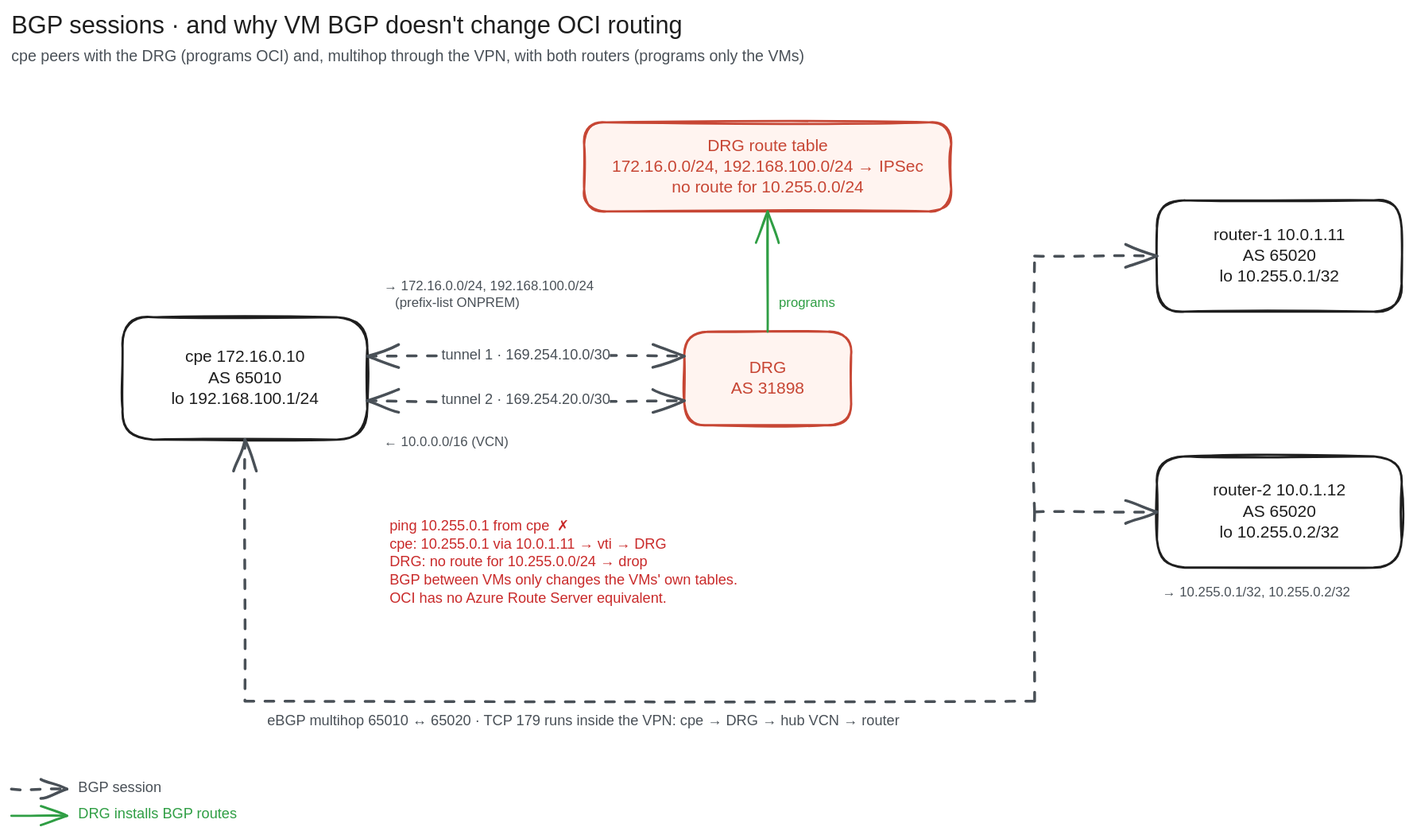
Before: diagrams/bgp-sessions.excalidraw.svg, a diagram exported from Excalidraw (sebastianczech/oci-free-tier-bgp-lab). Source tidied: one line per element, renumbered; positions are measured from the earlier drawing's top-left corner, leaving out a move shared by most shapes.
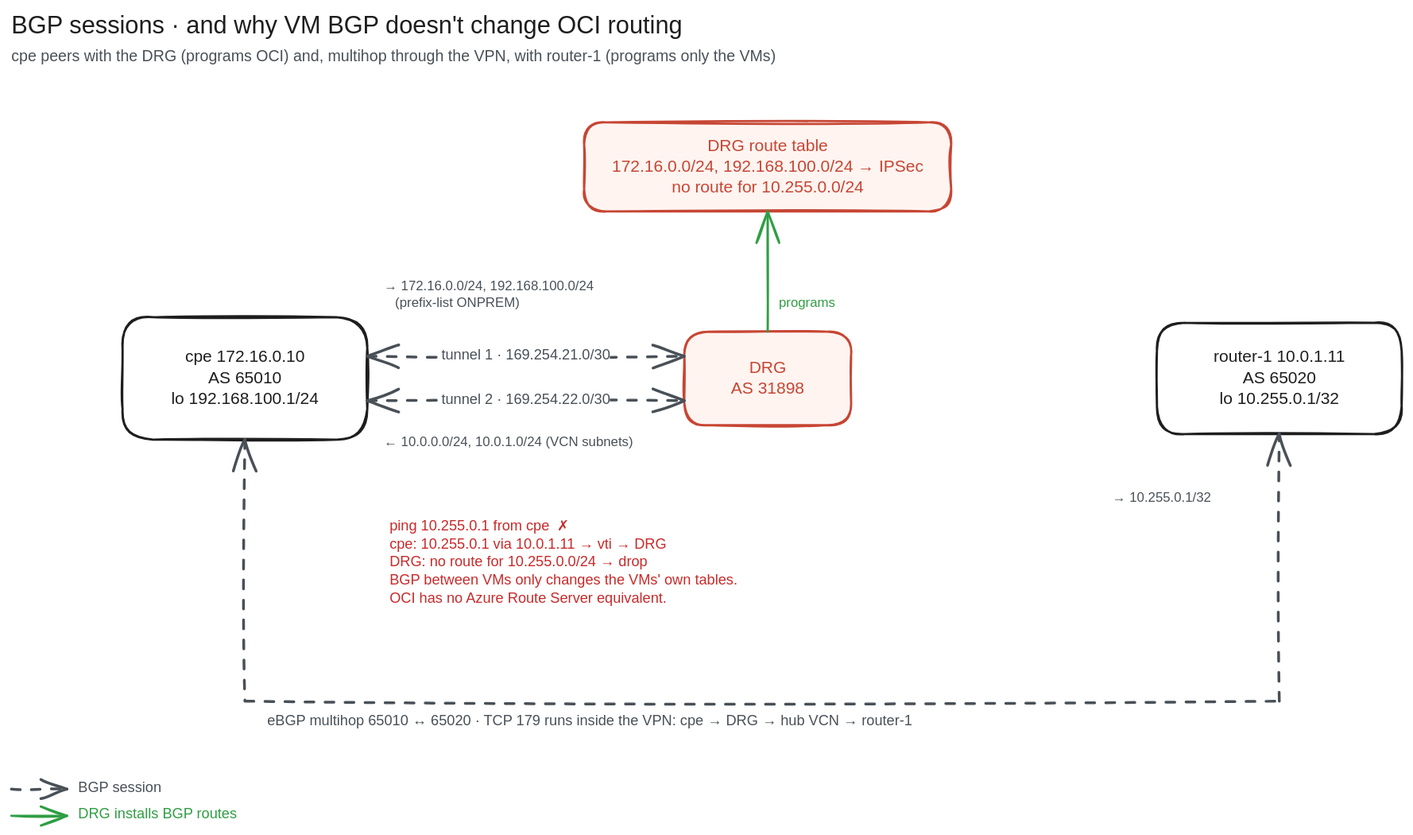
The same file after the commit.

The edit, as a diff of the source:
```diff
@@ -1,29 +1,26 @@
 {"id": 0, "type": "text", "text": "BGP sessions · and why VM BGP doesn't change OCI routing", "strokeColor": "#1e1e1e", "strokeWidth": 2, "roughness": 1, "fontSize": 22, "fontFamily": 2, "x": 0, "y": 0, "width": 603, "height": 28}
-{"id": 1, "type": "text", "text": "cpe peers with the DRG (programs OCI) and, multihop through the VPN, with both routers (programs only the VMs)", "strokeColor": "#495057", "strokeWidth": 2, "roughness": 1, "fontSize": 14, "fontFamily": 2, "x": 0, "y": 32, "width": 714, "height": 18}
+{"id": 1, "type": "text", "text": "cpe peers with the DRG (programs OCI) and, multihop through the VPN, with router-1 (programs only the VMs)", "strokeColor": "#495057", "strokeWidth": 2, "roughness": 1, "fontSize": 14, "fontFamily": 2, "x": 0, "y": 32, "width": 688, "height": 18}
 {"id": 2, "type": "rectangle", "strokeColor": "#c74634", "backgroundColor": "#fff4f0", "fillStyle": "solid", "strokeWidth": 2, "roughness": 1, "round": true, "x": 515, "y": 100, "width": 330, "height": 80}
 {"id": 3, "type": "text", "text": "DRG route table\n172.16.0.0/24, 192.168.100.0/24 → IPSec\nno route for 10.255.0.0/24", "strokeColor": "#c74634", "strokeWidth": 2, "roughness": 1, "fontSize": 15, "fontFamily": 2, "textAlign": "center", "verticalAlign": "middle", "inside": 2, "x": 540, "y": 112, "width": 280, "height": 56}
 {"id": 4, "type": "rectangle", "strokeColor": "#1e1e1e", "backgroundColor": "#ffffff", "fillStyle": "solid", "strokeWidth": 2, "roughness": 1, "round": true, "x": 100, "y": 275, "width": 220, "height": 110}
 {"id": 5, "type": "text", "text": "cpe 172.16.0.10\nAS 65010\nlo 192.168.100.1/24", "strokeColor": "#1e1e1e", "strokeWidth": 2, "roughness": 1, "fontSize": 15, "fontFamily": 2, "textAlign": "center", "verticalAlign": "middle", "inside": 4, "x": 144, "y": 302, "width": 133, "height": 56}
 {"id": 6, "type": "rectangle", "strokeColor": "#c74634", "backgroundColor": "#fff4f0", "fillStyle": "solid", "strokeWidth": 2, "roughness": 1, "round": true, "x": 605, "y": 288, "width": 150, "height": 84}
 {"id": 7, "type": "text", "text": "DRG\nAS 31898", "strokeColor": "#c74634", "strokeWidth": 2, "roughness": 1, "fontSize": 15, "fontFamily": 2, "textAlign": "center", "verticalAlign": "middle", "inside": 6, "x": 647, "y": 311, "width": 66, "height": 38}
-{"id": 8, "type": "rectangle", "strokeColor": "#1e1e1e", "backgroundColor": "#ffffff", "fillStyle": "solid", "strokeWidth": 2, "roughness": 1, "round": true, "x": 1030, "y": 170, "width": 220, "height": 100}
+{"id": 8, "type": "rectangle", "strokeColor": "#1e1e1e", "backgroundColor": "#ffffff", "fillStyle": "solid", "strokeWidth": 2, "roughness": 1, "round": true, "x": 1030, "y": 280, "width": 220, "height": 100}
-{"id": 9, "type": "text", "text": "router-1 10.0.1.11\nAS 65020\nlo 10.255.0.1/32", "strokeColor": "#1e1e1e", "strokeWidth": 2, "roughness": 1, "fontSize": 15, "fontFamily": 2, "textAlign": "center", "verticalAlign": "middle", "inside": 8, "x": 1081, "y": 192, "width": 118, "height": 56}
+{"id": 9, "type": "text", "text": "router-1 10.0.1.11\nAS 65020\nlo 10.255.0.1/32", "strokeColor": "#1e1e1e", "strokeWidth": 2, "roughness": 1, "fontSize": 15, "fontFamily": 2, "textAlign": "center", "verticalAlign": "middle", "inside": 8, "x": 1081, "y": 302, "width": 118, "height": 56}
-{"id": 10, "type": "rectangle", "strokeColor": "#1e1e1e", "backgroundColor": "#ffffff", "fillStyle": "solid", "strokeWidth": 2, "roughness": 1, "round": true, "x": 1030, "y": 400, "width": 220, "height": 100}
+{"id": 29, "type": "arrow", "strokeColor": "#2f9e44", "strokeWidth": 2, "roughness": 1, "endArrowhead": "arrow", "x": 680, "y": 288, "width": 0, "height": 108, "points": [[0, 0], [0, -108]]}
-{"id": 11, "type": "text", "text": "router-2 10.0.1.12\nAS 65020\nlo 10.255.0.2/32", "strokeColor": "#1e1e1e", "strokeWidth": 2, "roughness": 1, "fontSize": 15, "fontFamily": 2, "textAlign": "center", "verticalAlign": "middle", "inside": 10, "x": 1080, "y": 422, "width": 119, "height": 56}
+{"id": 11, "type": "text", "text": "programs", "strokeColor": "#2f9e44", "strokeWidth": 2, "roughness": 1, "fontSize": 12, "fontFamily": 2, "x": 690, "y": 255, "width": 51, "height": 15}
-{"id": 12, "type": "arrow", "strokeColor": "#2f9e44", "strokeWidth": 2, "roughness": 1, "endArrowhead": "arrow", "x": 680, "y": 288, "width": 0, "height": 108, "points": [[0, 0], [0, -108]]}
+{"id": 12, "type": "arrow", "strokeColor": "#495057", "strokeWidth": 2, "strokeStyle": "dashed", "roughness": 1, "startArrowhead": "arrow", "endArrowhead": "arrow", "x": 320, "y": 310, "width": 285, "height": 0, "points": [[0, 0], [285, 0]]}
-{"id": 13, "type": "text", "text": "programs", "strokeColor": "#2f9e44", "strokeWidth": 2, "roughness": 1, "fontSize": 12, "fontFamily": 2, "x": 690, "y": 255, "width": 51, "height": 15}
+{"id": 13, "type": "text", "text": "tunnel 1 · 169.254.21.0/30", "strokeColor": "#495057", "strokeWidth": 2, "roughness": 1, "fontSize": 13, "fontFamily": 2, "textAlign": "center", "verticalAlign": "middle", "inside": 12, "x": 387, "y": 302, "width": 151, "height": 16}
-{"id": 14, "type": "arrow", "strokeColor": "#495057", "strokeWidth": 2, "strokeStyle": "dashed", "roughness": 1, "startArrowhead": "arrow", "endArrowhead": "arrow", "x": 320, "y": 310, "width": 285, "height": 0, "points": [[0, 0], [285, 0]]}
+{"id": 14, "type": "arrow", "strokeColor": "#495057", "strokeWidth": 2, "strokeStyle": "dashed", "roughness": 1, "startArrowhead": "arrow", "endArrowhead": "arrow", "x": 320, "y": 350, "width": 285, "height": 0, "points": [[0, 0], [285, 0]]}
-{"id": 15, "type": "text", "text": "tunnel 1 · 169.254.10.0/30", "strokeColor": "#495057", "strokeWidth": 2, "roughness": 1, "fontSize": 13, "fontFamily": 2, "textAlign": "center", "verticalAlign": "middle", "inside": 14, "x": 387, "y": 302, "width": 151, "height": 16}
+{"id": 15, "type": "text", "text": "tunnel 2 · 169.254.22.0/30", "strokeColor": "#495057", "strokeWidth": 2, "roughness": 1, "fontSize": 13, "fontFamily": 2, "textAlign": "center", "verticalAlign": "middle", "inside": 14, "x": 387, "y": 342, "width": 151, "height": 16}
-{"id": 16, "type": "arrow", "strokeColor": "#495057", "strokeWidth": 2, "strokeStyle": "dashed", "roughness": 1, "startArrowhead": "arrow", "endArrowhead": "arrow", "x": 320, "y": 350, "width": 285, "height": 0, "points": [[0, 0], [285, 0]]}
+{"id": 18, "type": "text", "text": "→ 172.16.0.0/24, 192.168.100.0/24\n   (prefix-list ONPREM)", "strokeColor": "#495057", "strokeWidth": 2, "roughness": 1, "fontSize": 12, "fontFamily": 2, "x": 335, "y": 240, "width": 189, "height": 30}
-{"id": 17, "type": "text", "text": "tunnel 2 · 169.254.20.0/30", "strokeColor": "#495057", "strokeWidth": 2, "roughness": 1, "fontSize": 13, "fontFamily": 2, "textAlign": "center", "verticalAlign": "middle", "inside": 16, "x": 387, "y": 342, "width": 151, "height": 16}
+{"id": 17, "type": "text", "text": "← 10.0.0.0/24, 10.0.1.0/24 (VCN subnets)", "strokeColor": "#495057", "strokeWidth": 2, "roughness": 1, "fontSize": 12, "fontFamily": 2, "x": 335, "y": 380, "width": 224, "height": 15}
-{"id": 18, "type": "text", "text": "→ 172.16.0.0/24, 192.168.100.0/24\n   (prefix-list ONPREM)", "strokeColor": "#495057", "strokeWidth": 2, "roughness": 1, "fontSize": 12, "fontFamily": 2, "x": 335, "y": 240, "width": 189, "height": 30}
+{"id": 30, "type": "arrow", "strokeColor": "#495057", "strokeWidth": 2, "strokeStyle": "dashed", "roughness": 1, "startArrowhead": "arrow", "endArrowhead": "arrow", "x": 210, "y": 385, "width": 930, "height": 240, "points": [[0, 0], [0, 235], [930, 235], [930, -5]]}
-{"id": 19, "type": "text", "text": "← 10.0.0.0/16 (VCN)", "strokeColor": "#495057", "strokeWidth": 2, "roughness": 1, "fontSize": 12, "fontFamily": 2, "x": 335, "y": 380, "width": 112, "height": 15}
+{"id": 19, "type": "text", "text": "eBGP multihop 65010 ↔ 65020 · TCP 179 runs inside the VPN: cpe → DRG → hub VCN → router-1", "strokeColor": "#495057", "strokeWidth": 2, "roughness": 1, "fontSize": 13, "fontFamily": 2, "x": 230, "y": 630, "width": 579, "height": 16}
-{"id": 20, "type": "arrow", "strokeColor": "#495057", "strokeWidth": 2, "strokeStyle": "dashed", "roughness": 1, "startArrowhead": "arrow", "endArrowhead": "arrow", "x": 210, "y": 385, "width": 820, "height": 235, "points": [[0, 0], [0, 235], [710, 235], [710, 65], [820, 65]]}
-{"id": 21, "type": "arrow", "strokeColor": "#495057", "strokeWidth": 2, "strokeStyle": "dashed", "roughness": 1, "endArrowhead": "arrow", "x": 920, "y": 450, "width": 110, "height": 230, "points": [[0, 0], [0, -230], [110, -230]]}
-{"id": 22, "type": "text", "text": "eBGP multihop 65010 ↔ 65020 · TCP 179 runs inside the VPN: cpe → DRG → hub VCN → router", "strokeColor": "#495057", "strokeWidth": 2, "roughness": 1, "fontSize": 13, "fontFamily": 2, "x": 230, "y": 630, "width": 568, "height": 16}
+{"id": 31, "type": "text", "text": "→ 10.255.0.1/32", "strokeColor": "#495057", "strokeWidth": 2, "roughness": 1, "fontSize": 12, "fontFamily": 2, "x": 990, "y": 430, "width": 89, "height": 15}
+{"id": 24, "type": "text", "text": "ping 10.255.0.1 from cpe  ✗\ncpe: 10.255.0.1 via 10.0.1.11 → vti → DRG\nDRG: no route for 10.255.0.0/24 → drop\nBGP between VMs only changes the VMs' own tables.\nOCI has no Azure Route Server equivalent.", "strokeColor": "#c92a2a", "strokeWidth": 2, "roughness": 1, "fontSize": 13, "fontFamily": 2, "x": 340, "y": 455, "width": 313, "height": 81}
+{"id": 32, "type": "arrow", "strokeColor": "#495057", "strokeWidth": 2, "strokeStyle": "dashed", "roughness": 1, "endArrowhead": "arrow", "x": 0, "y": 699, "width": 50, "height": 0, "points": [[0, 0], [50, 0]]}
-{"id": 23, "type": "text", "text": "→ 10.255.0.1/32, 10.255.0.2/32", "strokeColor": "#495057", "strokeWidth": 2, "roughness": 1, "fontSize": 12, "fontFamily": 2, "x": 1035, "y": 515, "width": 169, "height": 15}
+{"id": 23, "type": "text", "text": "BGP session", "strokeColor": "#495057", "strokeWidth": 2, "roughness": 1, "fontSize": 13, "fontFamily": 2, "x": 60, "y": 690, "width": 75, "height": 16}
-{"id": 24, "type": "text", "text": "ping 10.255.0.1 from cpe  ✗\ncpe: 10.255.0.1 via 10.0.1.11 → vti → DRG\nDRG: no route for 10.255.0.0/24 → drop\nBGP between VMs only changes the VMs' own tables.\nOCI has no Azure Route Server equivalent.", "strokeColor": "#c92a2a", "strokeWidth": 2, "roughness": 1, "fontSize": 13, "fontFamily": 2, "x": 340, "y": 455, "width": 313, "height": 81}
-{"id": 25, "type": "arrow", "strokeColor": "#495057", "strokeWidth": 2, "strokeStyle": "dashed", "roughness": 1, "endArrowhead": "arrow", "x": 0, "y": 699, "width": 50, "height": 0, "points": [[0, 0], [50, 0]]}
-{"id": 26, "type": "text", "text": "BGP session", "strokeColor": "#495057", "strokeWidth": 2, "roughness": 1, "fontSize": 13, "fontFamily": 2, "x": 60, "y": 690, "width": 75, "height": 16}
-{"id": 27, "type": "arrow", "strokeColor": "#2f9e44", "strokeWidth": 2, "roughness": 1, "endArrowhead": "arrow", "x": 0, "y": 723, "width": 50, "height": 0, "points": [[0, 0], [50, 0]]}
+{"id": 33, "type": "arrow", "strokeColor": "#2f9e44", "strokeWidth": 2, "roughness": 1, "endArrowhead": "arrow", "x": 0, "y": 723, "width": 50, "height": 0, "points": [[0, 0], [50, 0]]}
 {"id": 28, "type": "text", "text": "DRG installs BGP routes", "strokeColor": "#2f9e44", "strokeWidth": 2, "roughness": 1, "fontSize": 13, "fontFamily": 2, "x": 60, "y": 714, "width": 143, "height": 16}
```
